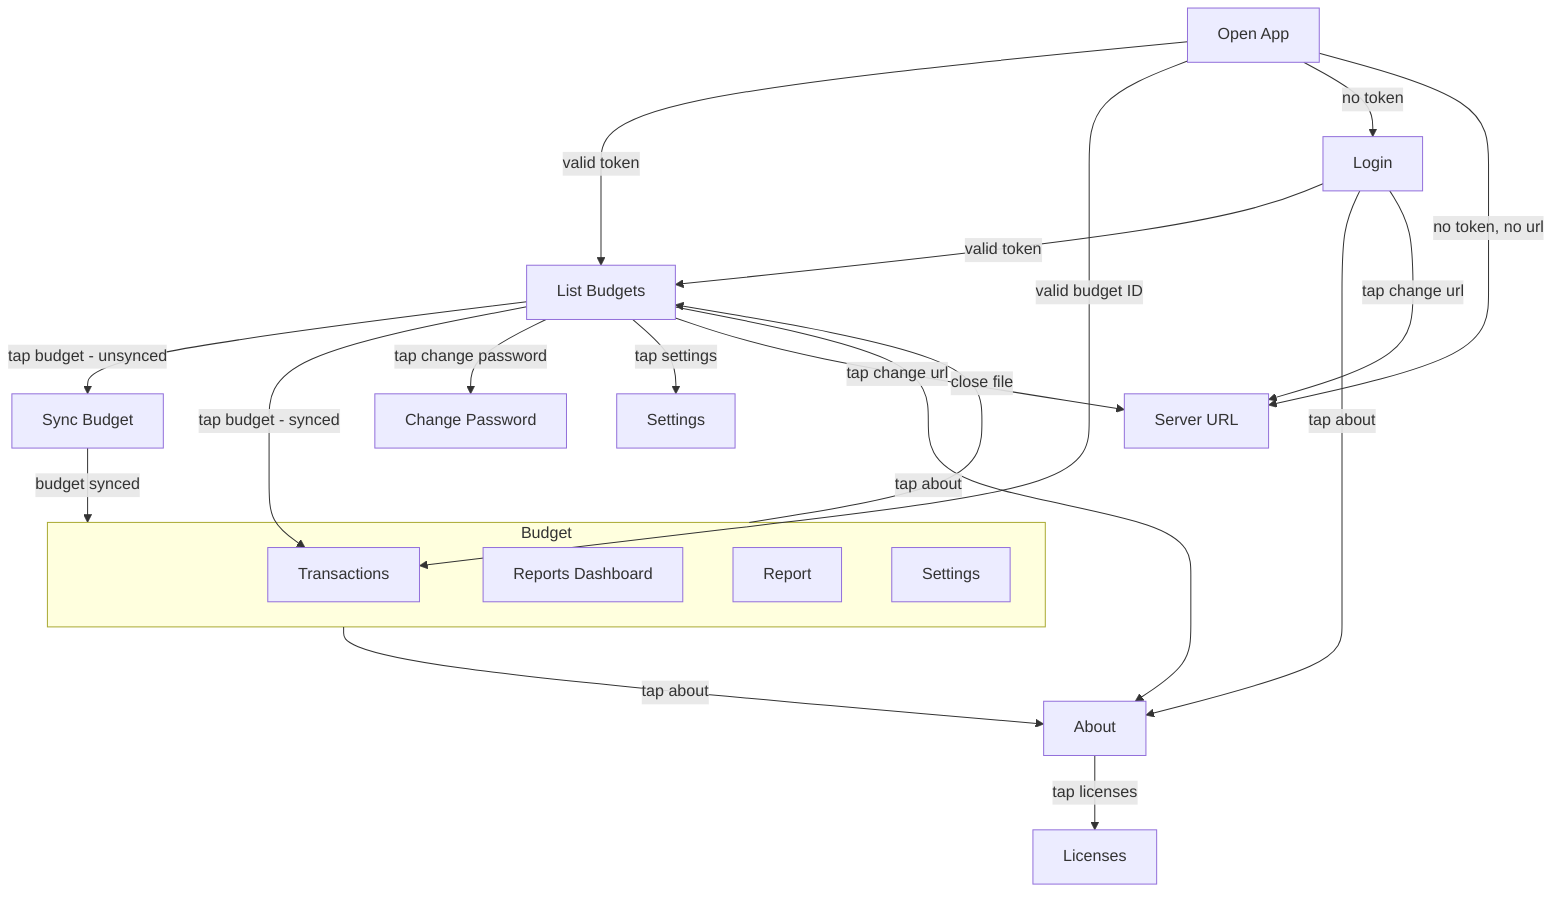
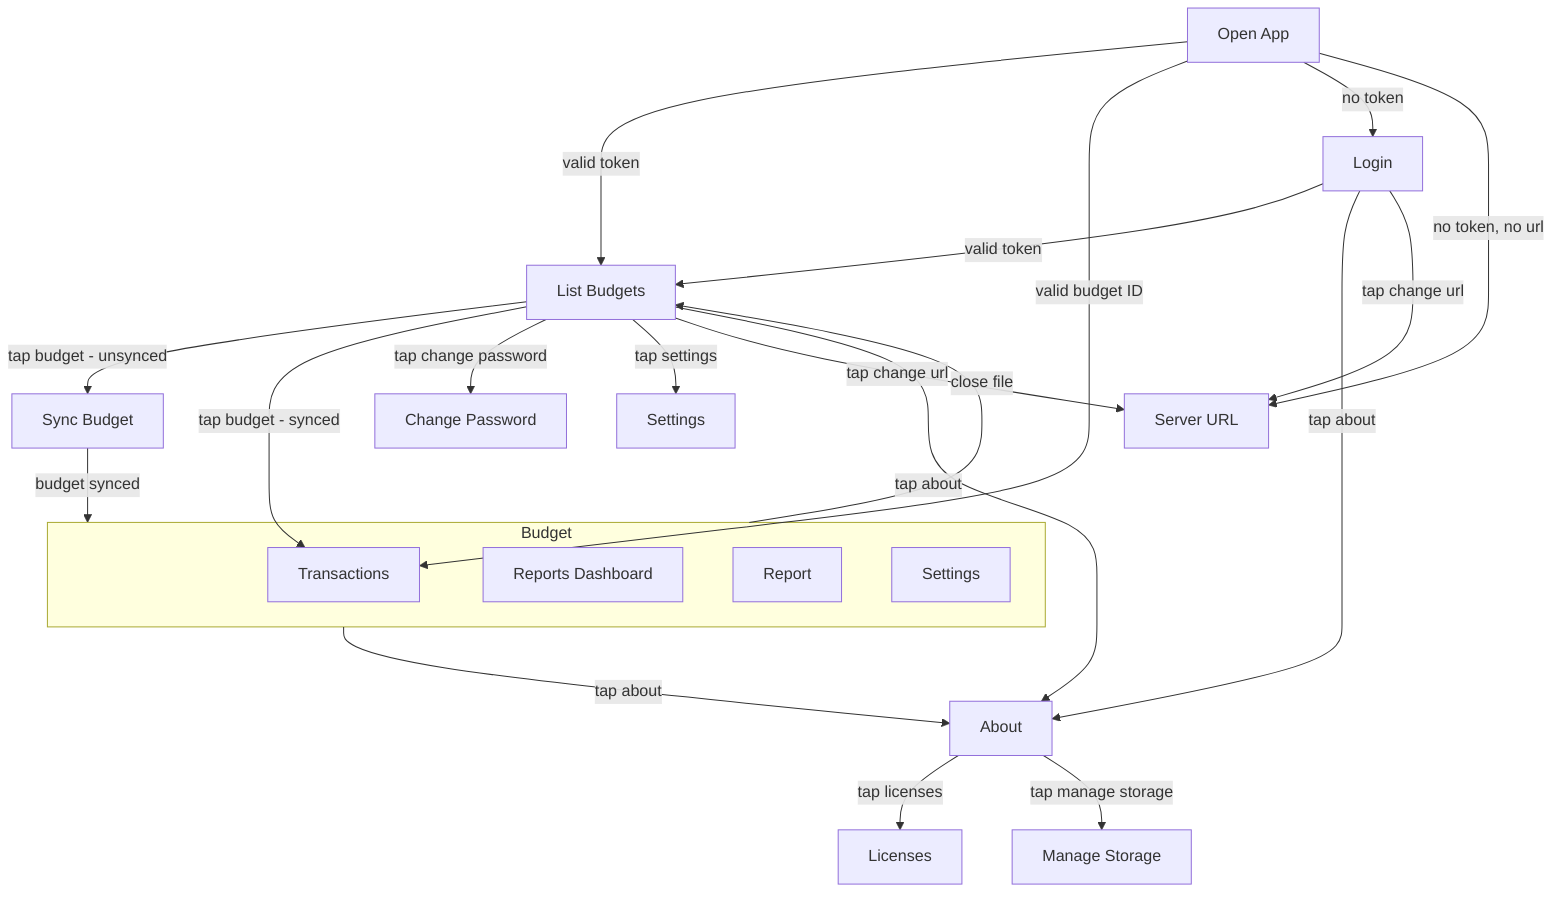
flowchart TD
  app["Open App"]
  budgetList["List Budgets"]
  budgetSync["Sync Budget"]
  info["About"]
  licenses["Licenses"]
  login["Login"]
+   manageStorage["Manage Storage"]
  password["Change Password"]
  settings["Settings"]
  url["Server URL"]

  subgraph budget["Budget"]
    transactions["Transactions"]
    reportsDashboard["Reports Dashboard"]
    report["Report"]
    budgetSettings["Settings"]
  end

  app --valid token--> budgetList
  app --valid budget ID--> transactions
  app --no token--> login
  app --no token, no url--> url

  budgetList --tap budget - unsynced--> budgetSync
  budgetList --tap budget - synced--> transactions
  budgetList --tap change password--> password
  budgetList --tap settings--> settings
  budgetList --tap change url--> url
  budgetList --tap about--> info

  budgetSync --budget synced--> budget

-   info -- tap licenses--> licenses
+   info --tap licenses--> licenses
+   info --tap manage storage--> manageStorage

  login --valid token--> budgetList
  login --tap about--> info
  login --tap change url--> url

  budget --close file--> budgetList
  budget --tap about--> info
